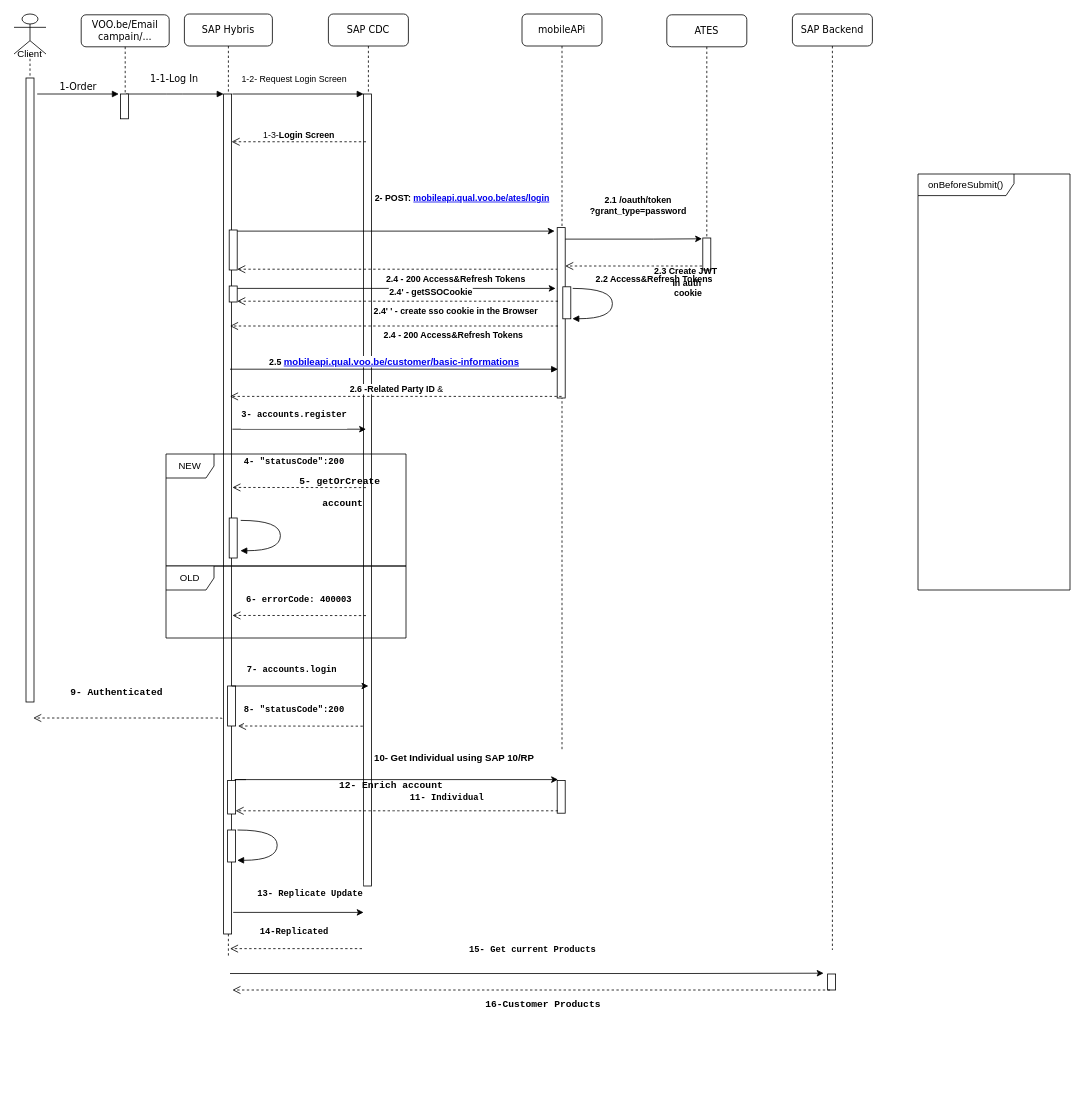
Before: SignIn_from_cdc.drawio in MudBloodArchitekt/draw.io, a draw.io diagram. Source tidied: cells renumbered, new cells numbered last; positions are measured from the earlier drawing's top-left corner, leaving out a move shared by most shapes. Both pictures are drawn from the tidied source at 80%, with x=0, y=0 at pixel (14, 14).
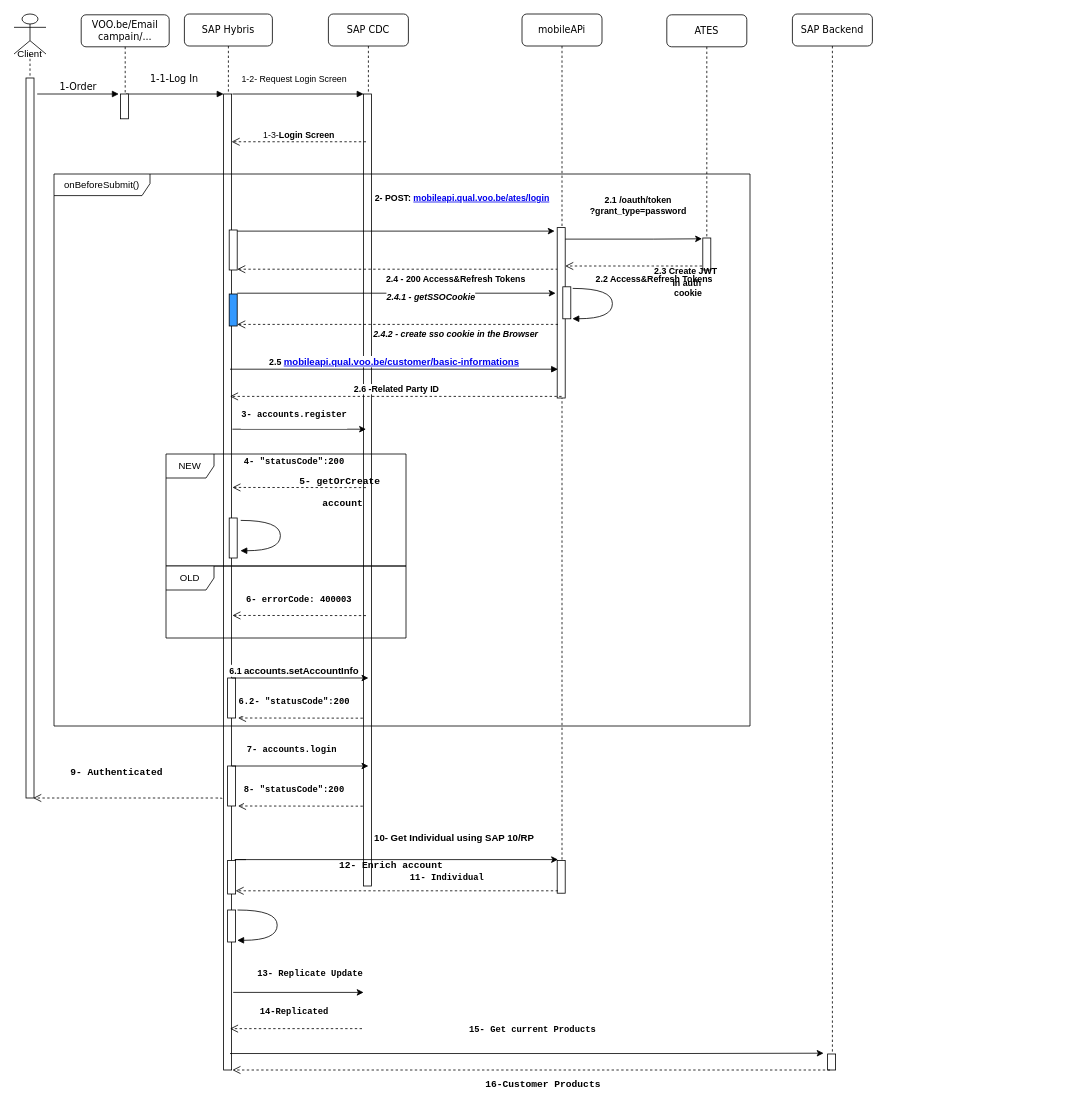
The same page after the edit.

Commit message:
sso & accounts.setAccountInfo

The edit, as a diff of the source:
```diff
@@
     <mxCell id="2" value="SAP Hybris" style="shape=umlLifeline;perimeter=lifelinePerimeter;whiteSpace=wrap;html=1;rounded=1;shadow=0;comic=0;labelBackgroundColor=none;strokeWidth=1;fontFamily=Verdana;fontSize=12;align=center;" parent="1" vertex="1">
-      <mxGeometry x="213" width="110" height="1180" as="geometry" />
+      <mxGeometry x="213" width="110" height="1320" as="geometry" />
     </mxCell>
     <mxCell id="3" style="html=1;points=[];perimeter=orthogonalPerimeter;rounded=0;shadow=0;comic=0;labelBackgroundColor=none;strokeWidth=1;fontFamily=Verdana;fontSize=12;align=center;" parent="2" vertex="1">
-      <mxGeometry x="49" y="100" width="10" height="1050" as="geometry" />
+      <mxGeometry x="49" y="100" width="10" height="1220" as="geometry" />
     </mxCell>
     <mxCell id="4" style="html=1;perimeter=orthogonalPerimeter;" parent="2" vertex="1">
-      <mxGeometry x="54" y="840" width="10" height="50" as="geometry" />
+      <mxGeometry x="54" y="940" width="10" height="50" as="geometry" />
     </mxCell>
     <mxCell id="5" style="html=1;points=[];perimeter=orthogonalPerimeter;rounded=0;shadow=0;comic=0;labelBackgroundColor=none;strokeWidth=1;fontFamily=Verdana;fontSize=12;align=center;" parent="2" vertex="1">
-      <mxGeometry x="54" y="958" width="10" height="42" as="geometry" />
+      <mxGeometry x="54" y="1058" width="10" height="42" as="geometry" />
     </mxCell>
     <mxCell id="6" style="html=1;perimeter=orthogonalPerimeter;rounded=0;shadow=0;comic=0;labelBackgroundColor=none;strokeWidth=1;fontFamily=Verdana;fontSize=12;align=center;" parent="2" vertex="1">
-      <mxGeometry x="54" y="1020" width="10" height="40" as="geometry" />
+      <mxGeometry x="54" y="1120" width="10" height="40" as="geometry" />
     </mxCell>
@@
     <mxCell id="12" value="Client" style="shape=umlLifeline;participant=umlActor;perimeter=lifelinePerimeter;whiteSpace=wrap;html=1;verticalAlign=top;spacingTop=36;size=50;" parent="1" vertex="1">
-      <mxGeometry width="40" height="860" as="geometry" />
+      <mxGeometry width="40" height="980" as="geometry" />
     </mxCell>
     <mxCell id="13" style="html=1;perimeter=orthogonalPerimeter;" parent="12" vertex="1">
-      <mxGeometry x="15" y="80" width="10" height="780" as="geometry" />
+      <mxGeometry x="15" y="80" width="10" height="900" as="geometry" />
     </mxCell>
@@
     <mxCell id="17" value="SAP Backend" style="shape=umlLifeline;perimeter=lifelinePerimeter;whiteSpace=wrap;html=1;rounded=1;shadow=0;comic=0;labelBackgroundColor=none;strokeWidth=1;fontFamily=Verdana;fontSize=12;align=center;gradientColor=#ffffff;" parent="1" vertex="1">
-      <mxGeometry x="973" width="100" height="1170" as="geometry" />
+      <mxGeometry x="973" width="100" height="1320" as="geometry" />
     </mxCell>
     <mxCell id="18" style="html=1;points=[];perimeter=orthogonalPerimeter;rounded=0;shadow=0;comic=0;labelBackgroundColor=none;strokeWidth=1;fontFamily=Verdana;fontSize=12;align=center;" parent="1" vertex="1">
-      <mxGeometry x="1017" y="1200" width="10" height="20" as="geometry" />
+      <mxGeometry x="1017" y="1300" width="10" height="20" as="geometry" />
     </mxCell>
     <mxCell id="19" value="&lt;pre&gt;&lt;font style=&quot;font-size: 11px&quot;&gt;&lt;b&gt;15- Get current Products&lt;/b&gt;&lt;/font&gt;&lt;/pre&gt;" style="edgeStyle=orthogonalEdgeStyle;rounded=0;orthogonalLoop=1;jettySize=auto;html=1;fontSize=12;exitX=0.8;exitY=0.949;exitDx=0;exitDy=0;exitPerimeter=0;" parent="1" edge="1">
       <mxGeometry x="0.02" y="29" relative="1" as="geometry">
-        <mxPoint x="270" y="1199.4" as="sourcePoint" />
-        <mxPoint x="1012" y="1199" as="targetPoint" />
+        <mxPoint x="270" y="1299.4" as="sourcePoint" />
+        <mxPoint x="1012" y="1299" as="targetPoint" />
         <Array as="points">
-          <mxPoint x="830" y="1199" />
-          <mxPoint x="830" y="1199" />
+          <mxPoint x="830" y="1299" />
+          <mxPoint x="830" y="1299" />
         </Array>
       </mxGeometry>
     </mxCell>
     <mxCell id="20" value="&lt;pre&gt;&lt;font face=&quot;Courier New&quot;&gt;&lt;b&gt;16-Customer Products&lt;/b&gt;&lt;/font&gt;&lt;/pre&gt;" style="html=1;verticalAlign=bottom;endArrow=open;dashed=1;endSize=8;labelBackgroundColor=none;fontFamily=Verdana;fontSize=12;edgeStyle=elbowEdgeStyle;elbow=vertical;exitX=0.3;exitY=1;exitDx=0;exitDy=0;exitPerimeter=0;entryX=1.1;entryY=0.99;entryDx=0;entryDy=0;entryPerimeter=0;" parent="1" edge="1" source="18">
       <mxGeometry x="-0.04" y="40" relative="1" as="geometry">
-        <mxPoint x="273" y="1219.5" as="targetPoint" />
+        <mxPoint x="273" y="1319.5" as="targetPoint" />
       </mxGeometry>
     </mxCell>
     <mxCell id="21" value="mobileAPi" style="shape=umlLifeline;perimeter=lifelinePerimeter;whiteSpace=wrap;html=1;rounded=1;shadow=0;comic=0;labelBackgroundColor=none;strokeWidth=1;fontFamily=Verdana;fontSize=12;align=center;gradientColor=#ffffff;" parent="1" vertex="1">
-      <mxGeometry x="635" width="100" height="920" as="geometry" />
+      <mxGeometry x="635" width="100" height="1100" as="geometry" />
     </mxCell>
     <mxCell id="22" style="html=1;perimeter=orthogonalPerimeter;rounded=0;shadow=0;comic=0;labelBackgroundColor=none;strokeWidth=1;fontFamily=Verdana;fontSize=12;align=center;" parent="21" vertex="1">
-      <mxGeometry x="44" y="958" width="10" height="41" as="geometry" />
+      <mxGeometry x="44" y="1058" width="10" height="41" as="geometry" />
     </mxCell>
@@
     <mxCell id="27" value="&lt;pre&gt;&lt;font face=&quot;Helvetica&quot;&gt;&lt;b&gt;10- Get Individual using SAP 10/RP&lt;/b&gt;&lt;/font&gt;&lt;/pre&gt;" style="edgeStyle=orthogonalEdgeStyle;rounded=0;orthogonalLoop=1;jettySize=auto;html=1;fontSize=12;" parent="1" edge="1">
       <mxGeometry x="0.38" y="27" relative="1" as="geometry">
-        <mxPoint x="290" y="957" as="sourcePoint" />
-        <mxPoint x="680" y="957" as="targetPoint" />
+        <mxPoint x="290" y="1057" as="sourcePoint" />
+        <mxPoint x="680" y="1057" as="targetPoint" />
         <Array as="points">
-          <mxPoint x="276" y="957" />
+          <mxPoint x="276" y="1057" />
         </Array>
       </mxGeometry>
     </mxCell>
     <mxCell id="28" value="&lt;pre&gt;&lt;b&gt;11- Individual&lt;/b&gt;&lt;/pre&gt;" style="html=1;verticalAlign=bottom;endArrow=open;dashed=1;endSize=8;labelBackgroundColor=none;fontFamily=Helvetica;fontSize=11;edgeStyle=elbowEdgeStyle;elbow=vertical;" parent="1" edge="1" target="5">
       <mxGeometry x="-0.31" y="4" relative="1" as="geometry">
-        <mxPoint x="680" y="996" as="sourcePoint" />
+        <mxPoint x="680" y="1096" as="sourcePoint" />
       </mxGeometry>
     </mxCell>
@@
     <mxCell id="32" value="&lt;pre&gt;&lt;b&gt;12- Enrich account&lt;/b&gt;&lt;/pre&gt;" style="html=1;verticalAlign=bottom;endArrow=block;labelBackgroundColor=none;fontFamily=Verdana;fontSize=12;elbow=vertical;edgeStyle=orthogonalEdgeStyle;curved=1;entryX=1;entryY=0.286;entryPerimeter=0;" parent="1" edge="1">
       <mxGeometry x="0.27" y="71" relative="1" as="geometry">
-        <mxPoint x="279.4" y="1020" as="sourcePoint" />
-        <mxPoint x="279" y="1057.9" as="targetPoint" />
+        <mxPoint x="279.4" y="1120" as="sourcePoint" />
+        <mxPoint x="279" y="1157.9" as="targetPoint" />
         <Array as="points">
-          <mxPoint x="329" y="1020" />
-          <mxPoint x="329" y="1058" />
+          <mxPoint x="329" y="1120" />
+          <mxPoint x="329" y="1158" />
         </Array>
         <mxPoint x="71" y="-71" as="offset" />
       </mxGeometry>
     </mxCell>
     <mxCell id="33" value="&lt;pre&gt;&lt;b&gt;13- Replicate Update&lt;/b&gt;&lt;/pre&gt;" style="edgeStyle=orthogonalEdgeStyle;rounded=0;orthogonalLoop=1;jettySize=auto;html=1;" parent="1" edge="1">
       <mxGeometry x="0.18" y="23" relative="1" as="geometry">
-        <mxPoint x="274" y="1123" as="sourcePoint" />
-        <mxPoint x="437" y="1123" as="targetPoint" />
+        <mxPoint x="274" y="1223" as="sourcePoint" />
+        <mxPoint x="437" y="1223" as="targetPoint" />
       </mxGeometry>
     </mxCell>
@@
     <mxCell id="41" value="&lt;span lang=&quot;fr&quot;&gt;onBeforeSubmit()&lt;br&gt;&lt;/span&gt;" style="shape=umlFrame;whiteSpace=wrap;html=1;width=120;height=27;" parent="1" vertex="1">
-      <mxGeometry x="1130" y="200" width="190" height="520" as="geometry" />
+      <mxGeometry x="50" y="200" width="870" height="690" as="geometry" />
     </mxCell>
@@
     <mxCell id="43" style="edgeStyle=orthogonalEdgeStyle;rounded=0;orthogonalLoop=1;jettySize=auto;html=1;" parent="1" edge="1">
       <mxGeometry relative="1" as="geometry">
-        <mxPoint x="272" y="840" as="sourcePoint" />
-        <mxPoint x="443" y="840" as="targetPoint" />
+        <mxPoint x="272" y="940" as="sourcePoint" />
+        <mxPoint x="443" y="940" as="targetPoint" />
         <Array as="points">
-          <mxPoint x="330" y="840" />
-          <mxPoint x="390" y="840" />
-          <mxPoint x="390" y="840" />
+          <mxPoint x="330" y="940" />
+          <mxPoint x="390" y="940" />
+          <mxPoint x="390" y="940" />
         </Array>
       </mxGeometry>
     </mxCell>
     <mxCell id="44" value="&lt;pre&gt;&lt;b&gt;&lt;span&gt;&lt;span class=&quot;url-filename&quot;&gt;7- accounts.login&lt;/span&gt;&lt;/span&gt;&lt;/b&gt;&lt;/pre&gt;" style="edgeLabel;html=1;align=center;verticalAlign=middle;" parent="1" vertex="1">
-      <mxGeometry x="349" y="880" as="geometry">
+      <mxGeometry x="349" y="980" as="geometry">
         <mxPoint x="-3" y="-61" as="offset" />
       </mxGeometry>
     </mxCell>
     <mxCell id="45" value="&lt;pre&gt;&lt;b&gt;8- &quot;statusCode&quot;:200&lt;/b&gt;&lt;/pre&gt;" style="html=1;verticalAlign=bottom;endArrow=open;dashed=1;endSize=8;" parent="1" edge="1">
       <mxGeometry x="0.1" relative="1" as="geometry">
-        <mxPoint x="436" y="890.2" as="sourcePoint" />
-        <mxPoint x="280" y="890" as="targetPoint" />
+        <mxPoint x="436" y="990.2" as="sourcePoint" />
+        <mxPoint x="280" y="990" as="targetPoint" />
       </mxGeometry>
     </mxCell>
@@
     <mxCell id="47" value="&lt;b&gt;&amp;nbsp;&lt;/b&gt;&lt;pre&gt;&lt;b&gt;9- Authenticated&lt;/b&gt;&lt;/pre&gt;" style="html=1;verticalAlign=bottom;endArrow=open;dashed=1;endSize=8;labelBackgroundColor=none;fontFamily=Verdana;fontSize=12;edgeStyle=elbowEdgeStyle;elbow=vertical;entryX=0.9;entryY=0.988;entryDx=0;entryDy=0;entryPerimeter=0;" parent="1" edge="1">
       <mxGeometry x="0.12" y="-10" relative="1" as="geometry">
-        <mxPoint x="260" y="881" as="sourcePoint" />
-        <mxPoint x="24" y="880.8" as="targetPoint" />
+        <mxPoint x="260" y="981" as="sourcePoint" />
+        <mxPoint x="24" y="980.8" as="targetPoint" />
         <Array as="points">
-          <mxPoint x="211" y="880" />
-          <mxPoint x="241" y="880" />
+          <mxPoint x="211" y="980" />
+          <mxPoint x="241" y="980" />
         </Array>
       </mxGeometry>
     </mxCell>
@@
     <mxCell id="50" value="&lt;pre&gt;&lt;b&gt;14-Replicated&lt;/b&gt;&lt;/pre&gt;" style="html=1;verticalAlign=bottom;endArrow=open;dashed=1;endSize=8;exitX=-0.2;exitY=0.927;exitDx=0;exitDy=0;exitPerimeter=0;entryX=0.8;entryY=0.927;entryDx=0;entryDy=0;entryPerimeter=0;" parent="1" edge="1">
       <mxGeometry x="0.03" relative="1" as="geometry">
-        <mxPoint x="435" y="1168.3" as="sourcePoint" />
-        <mxPoint x="270" y="1168.3" as="targetPoint" />
+        <mxPoint x="435" y="1268.3" as="sourcePoint" />
+        <mxPoint x="270" y="1268.3" as="targetPoint" />
       </mxGeometry>
     </mxCell>
@@
-    <mxCell id="52" value="&lt;b&gt;2.6 -Related Party ID&lt;/b&gt; &amp;amp; " style="html=1;verticalAlign=bottom;endArrow=open;dashed=1;endSize=8;" parent="1" edge="1">
+    <mxCell id="52" value="&lt;b&gt;2.6 -Related Party ID&lt;/b&gt; " style="html=1;verticalAlign=bottom;endArrow=open;dashed=1;endSize=8;" parent="1" edge="1">
       <mxGeometry relative="1" as="geometry">
         <mxPoint x="684.5" y="478" as="sourcePoint" />
         <mxPoint x="270" y="478" as="targetPoint" />
       </mxGeometry>
     </mxCell>
-    <mxCell id="53" style="edgeStyle=orthogonalEdgeStyle;rounded=0;orthogonalLoop=1;jettySize=auto;html=1;entryX=-0.2;entryY=0.737;entryDx=0;entryDy=0;entryPerimeter=0;" parent="1" edge="1">
+    <mxCell id="53" style="edgeStyle=orthogonalEdgeStyle;rounded=0;orthogonalLoop=1;jettySize=auto;html=1;entryX=-0.2;entryY=0.737;entryDx=0;entryDy=0;entryPerimeter=0;fillColor=#3399FF;" parent="1" edge="1">
       <mxGeometry relative="1" as="geometry">
-        <mxPoint x="279" y="343" as="sourcePoint" />
-        <mxPoint x="677" y="343" as="targetPoint" />
+        <mxPoint x="279" y="349" as="sourcePoint" />
+        <mxPoint x="677" y="349" as="targetPoint" />
       </mxGeometry>
     </mxCell>
-    <mxCell id="54" value="&lt;b&gt;2.4' - getSSOCookie&lt;br&gt;&lt;/b&gt;" style="edgeLabel;html=1;align=center;verticalAlign=middle;" parent="53" vertex="1">
+    <mxCell id="54" value="&lt;i&gt;&lt;b&gt;2.4.1 - getSSOCookie&lt;br&gt;&lt;/b&gt;&lt;/i&gt;" style="edgeLabel;html=1;align=center;verticalAlign=middle;fillColor=#3399FF;" parent="53" vertex="1">
       <mxGeometry x="0.07" y="-4" relative="1" as="geometry">
         <mxPoint x="28" as="offset" />
       </mxGeometry>
     </mxCell>
-    <mxCell id="55" style="html=1;perimeter=orthogonalPerimeter;rounded=0;shadow=0;comic=0;labelBackgroundColor=none;strokeWidth=1;fontFamily=Verdana;fontSize=12;align=center;" parent="1" vertex="1">
-      <mxGeometry x="269" y="340" width="10" height="20" as="geometry" />
+    <mxCell id="55" style="html=1;perimeter=orthogonalPerimeter;rounded=0;shadow=0;comic=0;labelBackgroundColor=none;strokeWidth=1;fontFamily=Verdana;fontSize=12;align=center;fillColor=#3399FF;" parent="1" vertex="1">
+      <mxGeometry x="269" y="350" width="10" height="40" as="geometry" />
     </mxCell>
-    <mxCell id="56" value="&lt;b&gt;2.4 - 200 Access&amp;amp;Refresh Tokens&lt;/b&gt;" style="html=1;verticalAlign=bottom;endArrow=open;dashed=1;endSize=8;labelBackgroundColor=none;fontFamily=Helvetica;fontSize=11;edgeStyle=elbowEdgeStyle;elbow=vertical;entryX=0.8;entryY=0.276;entryDx=0;entryDy=0;entryPerimeter=0;" parent="1" edge="1" target="3">
-      <mxGeometry x="-0.36" y="21" relative="1" as="geometry">
-        <mxPoint x="680" y="390" as="sourcePoint" />
-        <Array as="points">
-          <mxPoint x="552" y="390" />
-          <mxPoint x="582" y="390" />
-        </Array>
-      </mxGeometry>
-    </mxCell>
-    <mxCell id="57" value="&lt;b&gt;2.4' ' - create sso cookie in the Browser&lt;br&gt;&lt;/b&gt;" style="html=1;verticalAlign=bottom;endArrow=open;dashed=1;endSize=8;labelBackgroundColor=none;fontFamily=Helvetica;fontSize=11;edgeStyle=elbowEdgeStyle;elbow=vertical;" parent="1" edge="1">
+    <mxCell id="57" value="&lt;i&gt;&lt;b&gt;2.4.2 - create sso cookie in the Browser&lt;br&gt;&lt;/b&gt;&lt;/i&gt;" style="html=1;verticalAlign=bottom;endArrow=open;dashed=1;endSize=8;labelBackgroundColor=none;fontFamily=Helvetica;fontSize=11;edgeStyle=elbowEdgeStyle;elbow=vertical;fillColor=#3399FF;" parent="1" edge="1">
       <mxGeometry x="-0.36" y="21" relative="1" as="geometry">
-        <mxPoint x="680" y="359" as="sourcePoint" />
-        <mxPoint x="279" y="359" as="targetPoint" />
+        <mxPoint x="680" y="388" as="sourcePoint" />
+        <mxPoint x="279" y="388" as="targetPoint" />
         <Array as="points">
-          <mxPoint x="552" y="359" />
-          <mxPoint x="582" y="359" />
+          <mxPoint x="552" y="388" />
+          <mxPoint x="582" y="388" />
         </Array>
       </mxGeometry>
     </mxCell>
+    <mxCell id="58" style="html=1;perimeter=orthogonalPerimeter;" parent="1" vertex="1">
+      <mxGeometry x="267" y="830" width="10" height="50" as="geometry" />
+    </mxCell>
+    <mxCell id="59" style="edgeStyle=orthogonalEdgeStyle;rounded=0;orthogonalLoop=1;jettySize=auto;html=1;" parent="1" edge="1">
+      <mxGeometry relative="1" as="geometry">
+        <mxPoint x="272" y="830" as="sourcePoint" />
+        <mxPoint x="443" y="830" as="targetPoint" />
+        <Array as="points">
+          <mxPoint x="330" y="830" />
+          <mxPoint x="390" y="830" />
+          <mxPoint x="390" y="830" />
+        </Array>
+      </mxGeometry>
+    </mxCell>
+    <mxCell id="60" value="&lt;b&gt;6.1 &lt;font style=&quot;font-size: 12px&quot;&gt;accounts.setAccountInfo&lt;/font&gt;&lt;/b&gt;" style="edgeLabel;html=1;align=center;verticalAlign=middle;" parent="59" vertex="1">
+      <mxGeometry x="-0.16" relative="1" as="geometry">
+        <mxPoint x="5" y="-10" as="offset" />
+      </mxGeometry>
+    </mxCell>
+    <mxCell id="61" value="&lt;pre&gt;&lt;b&gt;6.2- &quot;statusCode&quot;:200&lt;/b&gt;&lt;/pre&gt;" style="html=1;verticalAlign=bottom;endArrow=open;dashed=1;endSize=8;" parent="1" edge="1">
+      <mxGeometry x="0.1" relative="1" as="geometry">
+        <mxPoint x="436" y="880.2" as="sourcePoint" />
+        <mxPoint x="280" y="880" as="targetPoint" />
+      </mxGeometry>
+    </mxCell>
```
